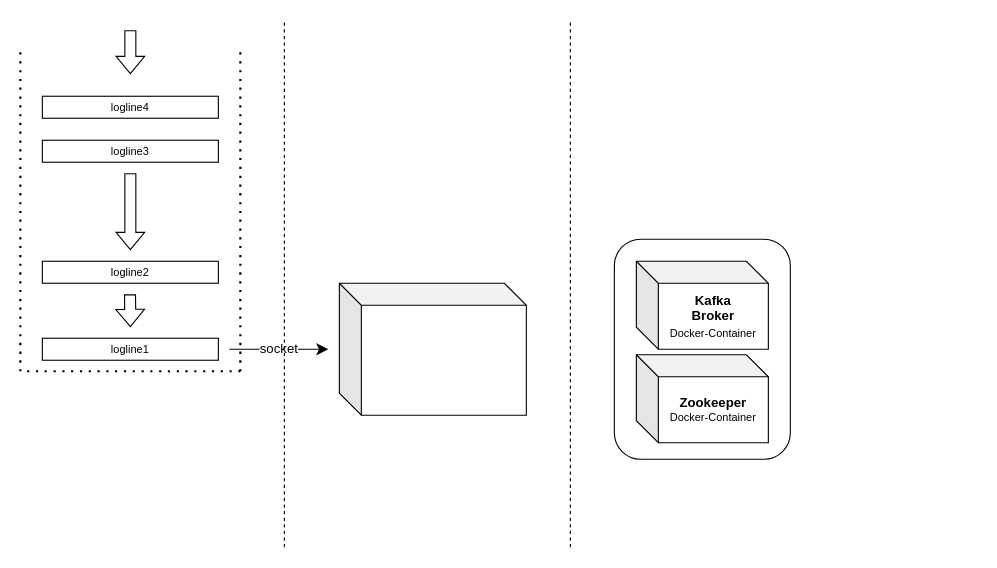
Before: pipeline_prototype/sandbox/pipeline_draft.drawio in stefanDeveloper/heiDGAF, a draw.io diagram. Source tidied: cells renumbered, new cells numbered last; positions are measured from the earlier drawing's top-left corner, leaving out a move shared by most shapes. Both pictures are drawn from the tidied source at 110%, with x=0, y=0 at pixel (20, 19).
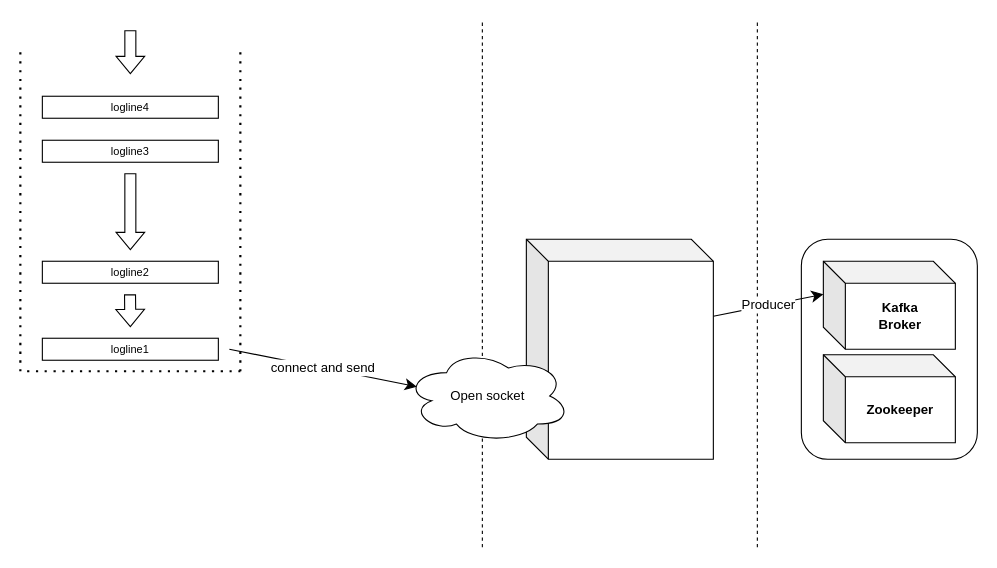
After the change.

Diff of the diagram source:
```diff
@@
     <mxCell id="2" style="rounded=1;whiteSpace=wrap;html=1;" parent="1" vertex="1">
-      <mxGeometry x="540" y="200" width="160" height="200" as="geometry" />
+      <mxGeometry x="710" y="200" width="160" height="200" as="geometry" />
     </mxCell>
-    <mxCell id="3" value="&lt;div style=&quot;&quot;&gt;&lt;font style=&quot;font-size: 12px;&quot;&gt;&lt;b&gt;Kafka&lt;/b&gt;&lt;/font&gt;&lt;/div&gt;&lt;div style=&quot;&quot;&gt;&lt;font style=&quot;font-size: 12px;&quot;&gt;&lt;b&gt;Broker&lt;br&gt;&lt;/b&gt;&lt;/font&gt;&lt;/div&gt;&lt;div style=&quot;&quot;&gt;&lt;font style=&quot;font-size: 10px;&quot;&gt;Docker-Container&lt;/font&gt;&lt;br&gt;&lt;/div&gt;" style="shape=cube;whiteSpace=wrap;html=1;boundedLbl=1;backgroundOutline=1;darkOpacity=0.05;darkOpacity2=0.1;size=20;" parent="1" vertex="1">
-      <mxGeometry x="560" y="220" width="120" height="80" as="geometry" />
+    <mxCell id="3" value="&lt;div style=&quot;&quot;&gt;&lt;font style=&quot;font-size: 12px;&quot;&gt;&lt;b&gt;Kafka&lt;/b&gt;&lt;/font&gt;&lt;/div&gt;&lt;div style=&quot;&quot;&gt;&lt;font style=&quot;font-size: 12px;&quot;&gt;&lt;b&gt;Broker&lt;/b&gt;&lt;/font&gt;&lt;/div&gt;" style="shape=cube;whiteSpace=wrap;html=1;boundedLbl=1;backgroundOutline=1;darkOpacity=0.05;darkOpacity2=0.1;size=20;" parent="1" vertex="1">
+      <mxGeometry x="730" y="220" width="120" height="80" as="geometry" />
     </mxCell>
-    <mxCell id="4" value="&lt;div&gt;&lt;font style=&quot;font-size: 12px;&quot;&gt;&lt;b&gt;Zookeeper&lt;/b&gt;&lt;/font&gt;&lt;/div&gt;&lt;div style=&quot;font-size: 10px;&quot;&gt;&lt;font style=&quot;font-size: 10px;&quot;&gt;Docker-Container&lt;br&gt;&lt;/font&gt;&lt;/div&gt;" style="shape=cube;whiteSpace=wrap;html=1;boundedLbl=1;backgroundOutline=1;darkOpacity=0.05;darkOpacity2=0.1;size=20;" parent="1" vertex="1">
-      <mxGeometry x="560" y="305" width="120" height="80" as="geometry" />
+    <mxCell id="4" value="&lt;div&gt;&lt;font style=&quot;font-size: 12px;&quot;&gt;&lt;b&gt;Zookeeper&lt;/b&gt;&lt;/font&gt;&lt;/div&gt;" style="shape=cube;whiteSpace=wrap;html=1;boundedLbl=1;backgroundOutline=1;darkOpacity=0.05;darkOpacity2=0.1;size=20;" parent="1" vertex="1">
+      <mxGeometry x="730" y="305" width="120" height="80" as="geometry" />
     </mxCell>
@@
-    <mxCell id="15" value="socket" style="endArrow=classic;html=1;rounded=0;fontSize=12;startSize=8;endSize=8;curved=1;" parent="1" edge="1">
+    <mxCell id="15" value="connect and send" style="endArrow=classic;html=1;rounded=0;fontSize=12;startSize=8;endSize=8;curved=1;entryX=0.07;entryY=0.4;entryDx=0;entryDy=0;entryPerimeter=0;" parent="1" edge="1" target="20">
       <mxGeometry relative="1" as="geometry">
         <mxPoint x="190" y="300" as="sourcePoint" />
-        <mxPoint x="280" y="300" as="targetPoint" />
       </mxGeometry>
     </mxCell>
     <mxCell id="16" style="shape=cube;whiteSpace=wrap;html=1;boundedLbl=1;backgroundOutline=1;darkOpacity=0.05;darkOpacity2=0.1;size=20;" parent="1" vertex="1">
-      <mxGeometry x="290" y="240" width="170" height="120" as="geometry" />
+      <mxGeometry x="460" y="200" width="170" height="200" as="geometry" />
     </mxCell>
     <mxCell id="17" style="endArrow=none;dashed=1;html=1;rounded=0;fontSize=12;startSize=8;endSize=8;curved=1;" parent="1" edge="1">
       <mxGeometry relative="1" as="geometry">
-        <mxPoint x="240" y="480" as="sourcePoint" />
-        <mxPoint x="240" as="targetPoint" />
+        <mxPoint x="420" y="480" as="sourcePoint" />
+        <mxPoint x="420" as="targetPoint" />
       </mxGeometry>
     </mxCell>
     <mxCell id="18" style="endArrow=none;dashed=1;html=1;rounded=0;fontSize=12;startSize=8;endSize=8;curved=1;" parent="1" edge="1">
       <mxGeometry relative="1" as="geometry">
-        <mxPoint x="500" y="480" as="sourcePoint" />
-        <mxPoint x="500" as="targetPoint" />
+        <mxPoint x="670" y="480" as="sourcePoint" />
+        <mxPoint x="670" as="targetPoint" />
       </mxGeometry>
     </mxCell>
+    <mxCell id="19" value="Producer" style="endArrow=classic;html=1;rounded=0;fontSize=12;startSize=8;endSize=8;curved=1;entryX=0;entryY=0;entryDx=0;entryDy=30;entryPerimeter=0;exitX=0;exitY=0;exitDx=170;exitDy=70;exitPerimeter=0;" parent="1" edge="1" source="16" target="3">
+      <mxGeometry relative="1" as="geometry" />
+    </mxCell>
+    <mxCell id="20" value="Open socket" style="ellipse;shape=cloud;whiteSpace=wrap;html=1;" parent="1" vertex="1">
+      <mxGeometry x="350" y="300" width="150" height="85" as="geometry" />
+    </mxCell>
```
